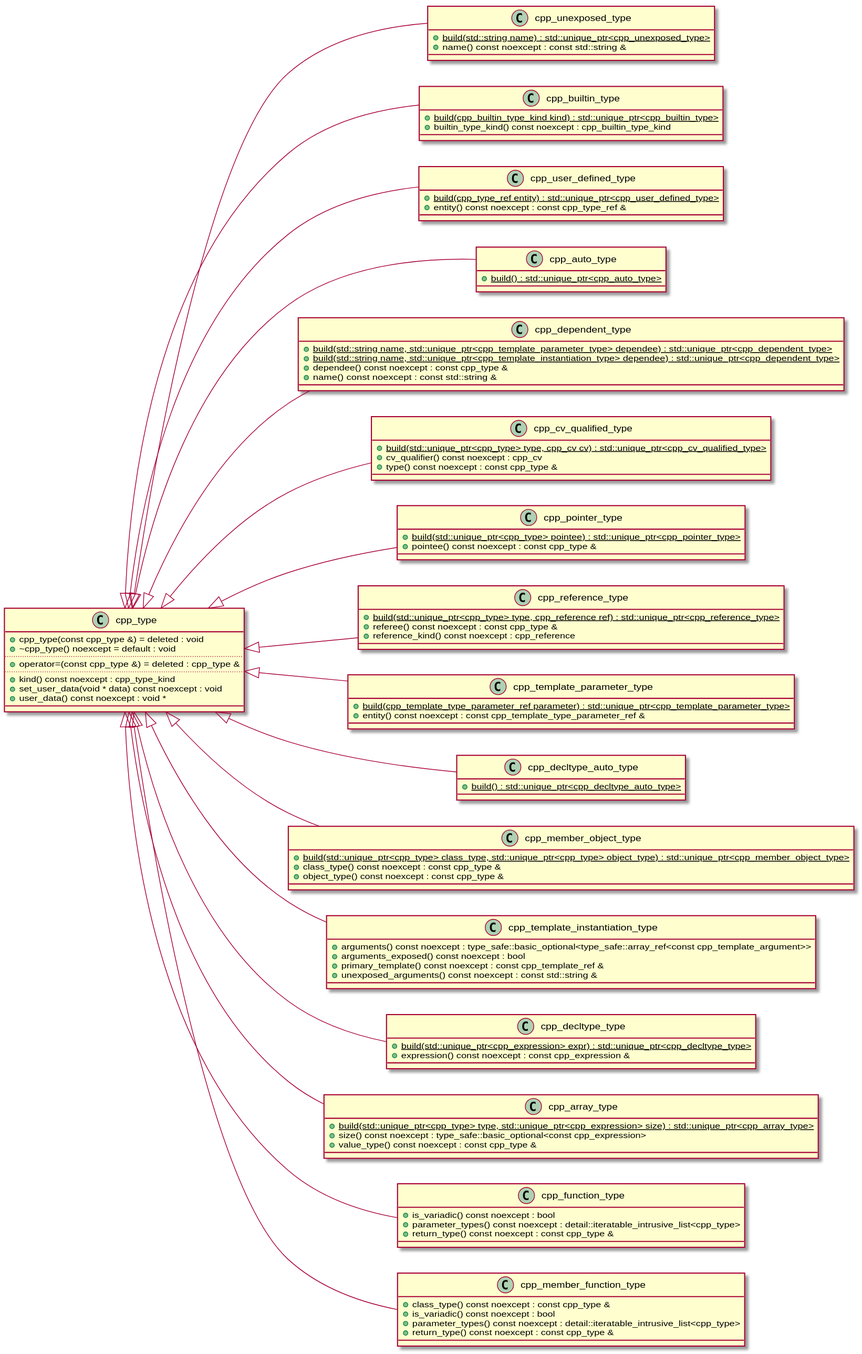
bkryza/clang-uml-examples keeps this PlantUML diagram as cppast/puml/cpp_type_class_hierarchy_full_diagram.svg. Above is the earlier version.
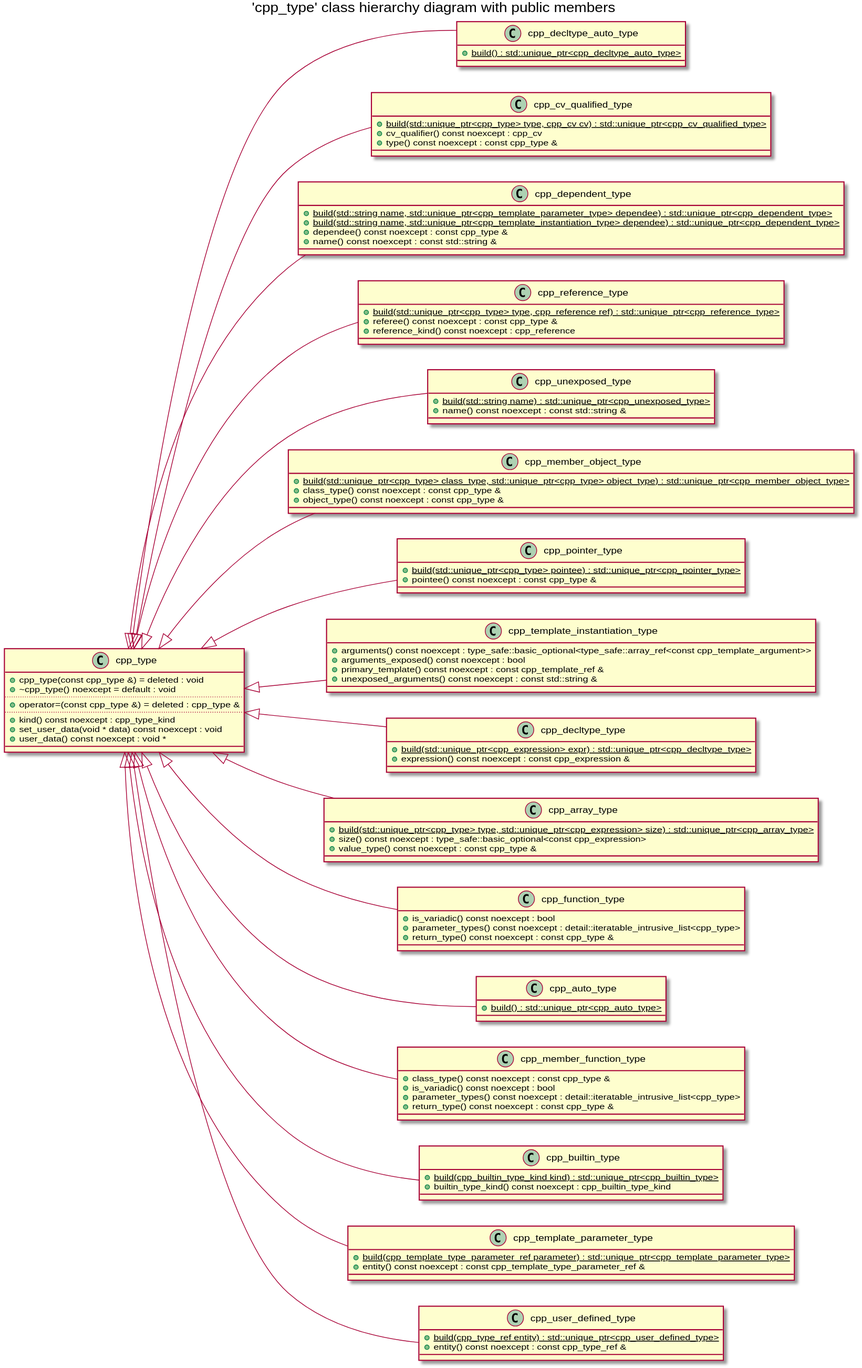
The same diagram one commit later.

Change to the diagram source:
```diff
@@ -1,77 +1,37 @@
 @startuml
+title 'cpp_type' class hierarchy diagram with public members
 left to right direction
-class "cpp_type" as C_0001585653041236922459
-class C_0001585653041236922459 [[https://github.com/foonathan/cppast/blob/f00df6675d87c6983033d270728c57a55cd3db22/include/cppast/cpp_type.hpp#L44{cpp_type}]] {
-+cpp_type(const cpp_type &) = deleted : void [[[https://github.com/foonathan/cppast/blob/f00df6675d87c6983033d270728c57a55cd3db22/include/cppast/cpp_type.hpp#L47{cpp_type}]]]
-+~cpp_type() noexcept = default : void [[[https://github.com/foonathan/cppast/blob/f00df6675d87c6983033d270728c57a55cd3db22/include/cppast/cpp_type.hpp#L50{~cpp_type}]]]
-..
-+operator=(const cpp_type &) = deleted : cpp_type & [[[https://github.com/foonathan/cppast/blob/f00df6675d87c6983033d270728c57a55cd3db22/include/cppast/cpp_type.hpp#L48{operator=}]]]
-..
-+kind() const noexcept : cpp_type_kind [[[https://github.com/foonathan/cppast/blob/f00df6675d87c6983033d270728c57a55cd3db22/include/cppast/cpp_type.hpp#L53{kind}]]]
-+set_user_data(void * data) const noexcept : void [[[https://github.com/foonathan/cppast/blob/f00df6675d87c6983033d270728c57a55cd3db22/include/cppast/cpp_type.hpp#L71{set_user_data}]]]
-+user_data() const noexcept : void * [[[https://github.com/foonathan/cppast/blob/f00df6675d87c6983033d270728c57a55cd3db22/include/cppast/cpp_type.hpp#L59{user_data}]]]
+class "cpp_decltype_auto_type" as C_0000026248340214462662
+class C_0000026248340214462662 [[https://github.com/foonathan/cppast/blob/f00df6675d87c6983033d270728c57a55cd3db22/include/cppast/cppast_fwd.hpp#L27{cpp_decltype_auto_type}]] {
+{static} +build() : std::unique_ptr<cpp_decltype_auto_type> [[[https://github.com/foonathan/cppast/blob/f00df6675d87c6983033d270728c57a55cd3db22/include/cppast/cpp_decltype_type.hpp#L44{build}]]]
 __
 }
-class "cpp_unexposed_type" as C_0000601730303705395408
-class C_0000601730303705395408 [[https://github.com/foonathan/cppast/blob/f00df6675d87c6983033d270728c57a55cd3db22/include/cppast/cpp_type.hpp#L95{cpp_unexposed_type}]] {
-{static} +build(std::string name) : std::unique_ptr<cpp_unexposed_type> [[[https://github.com/foonathan/cppast/blob/f00df6675d87c6983033d270728c57a55cd3db22/include/cppast/cpp_type.hpp#L99{build}]]]
-+name() const noexcept : const std::string & [[[https://github.com/foonathan/cppast/blob/f00df6675d87c6983033d270728c57a55cd3db22/include/cppast/cpp_type.hpp#L105{name}]]]
-__
-}
-class "cpp_builtin_type" as C_0002035785082080260407
-class C_0002035785082080260407 [[https://github.com/foonathan/cppast/blob/f00df6675d87c6983033d270728c57a55cd3db22/include/cppast/cpp_type.hpp#L161{cpp_builtin_type}]] {
-{static} +build(cpp_builtin_type_kind kind) : std::unique_ptr<cpp_builtin_type> [[[https://github.com/foonathan/cppast/blob/f00df6675d87c6983033d270728c57a55cd3db22/include/cppast/cpp_type.hpp#L165{build}]]]
-+builtin_type_kind() const noexcept : cpp_builtin_type_kind [[[https://github.com/foonathan/cppast/blob/f00df6675d87c6983033d270728c57a55cd3db22/include/cppast/cpp_type.hpp#L171{builtin_type_kind}]]]
-__
-}
-class "cpp_user_defined_type" as C_0002166954434825938188
-class C_0002166954434825938188 [[https://github.com/foonathan/cppast/blob/f00df6675d87c6983033d270728c57a55cd3db22/include/cppast/cpp_type.hpp#L202{cpp_user_defined_type}]] {
-{static} +build(cpp_type_ref entity) : std::unique_ptr<cpp_user_defined_type> [[[https://github.com/foonathan/cppast/blob/f00df6675d87c6983033d270728c57a55cd3db22/include/cppast/cpp_type.hpp#L206{build}]]]
-+entity() const noexcept : const cpp_type_ref & [[[https://github.com/foonathan/cppast/blob/f00df6675d87c6983033d270728c57a55cd3db22/include/cppast/cpp_type.hpp#L213{entity}]]]
-__
-}
-class "cpp_auto_type" as C_0001809003368459807767
-class C_0001809003368459807767 [[https://github.com/foonathan/cppast/blob/f00df6675d87c6983033d270728c57a55cd3db22/include/cppast/cpp_type.hpp#L230{cpp_auto_type}]] {
-{static} +build() : std::unique_ptr<cpp_auto_type> [[[https://github.com/foonathan/cppast/blob/f00df6675d87c6983033d270728c57a55cd3db22/include/cppast/cpp_type.hpp#L234{build}]]]
+class "cpp_cv_qualified_type" as C_0000342846994454958214
+class C_0000342846994454958214 [[https://github.com/foonathan/cppast/blob/f00df6675d87c6983033d270728c57a55cd3db22/include/cppast/cppast_fwd.hpp#L26{cpp_cv_qualified_type}]] {
+{static} +build(std::unique_ptr<cpp_type> type, cpp_cv cv) : std::unique_ptr<cpp_cv_qualified_type> [[[https://github.com/foonathan/cppast/blob/f00df6675d87c6983033d270728c57a55cd3db22/include/cppast/cpp_type.hpp#L316{build}]]]
++cv_qualifier() const noexcept : cpp_cv [[[https://github.com/foonathan/cppast/blob/f00df6675d87c6983033d270728c57a55cd3db22/include/cppast/cpp_type.hpp#L330{cv_qualifier}]]]
++type() const noexcept : const cpp_type & [[[https://github.com/foonathan/cppast/blob/f00df6675d87c6983033d270728c57a55cd3db22/include/cppast/cpp_type.hpp#L324{type}]]]
 __
 }
 class "cpp_dependent_type" as C_0000507998479194737071
-class C_0000507998479194737071 [[https://github.com/foonathan/cppast/blob/f00df6675d87c6983033d270728c57a55cd3db22/include/cppast/cpp_type.hpp#L249{cpp_dependent_type}]] {
+class C_0000507998479194737071 [[https://github.com/foonathan/cppast/blob/f00df6675d87c6983033d270728c57a55cd3db22/include/cppast/cppast_fwd.hpp#L29{cpp_dependent_type}]] {
 {static} +build(std::string name, std::unique_ptr<cpp_template_parameter_type> dependee) : std::unique_ptr<cpp_dependent_type> [[[https://github.com/foonathan/cppast/blob/f00df6675d87c6983033d270728c57a55cd3db22/include/cppast/cpp_type.hpp#L253{build}]]]
 {static} +build(std::string name, std::unique_ptr<cpp_template_instantiation_type> dependee) : std::unique_ptr<cpp_dependent_type> [[[https://github.com/foonathan/cppast/blob/f00df6675d87c6983033d270728c57a55cd3db22/include/cppast/cpp_type.hpp#L257{build}]]]
 +dependee() const noexcept : const cpp_type & [[[https://github.com/foonathan/cppast/blob/f00df6675d87c6983033d270728c57a55cd3db22/include/cppast/cpp_type.hpp#L270{dependee}]]]
 +name() const noexcept : const std::string & [[[https://github.com/foonathan/cppast/blob/f00df6675d87c6983033d270728c57a55cd3db22/include/cppast/cpp_type.hpp#L262{name}]]]
 __
 }
-class "cpp_cv_qualified_type" as C_0000342846994454958214
-class C_0000342846994454958214 [[https://github.com/foonathan/cppast/blob/f00df6675d87c6983033d270728c57a55cd3db22/include/cppast/cpp_type.hpp#L311{cpp_cv_qualified_type}]] {
-{static} +build(std::unique_ptr<cpp_type> type, cpp_cv cv) : std::unique_ptr<cpp_cv_qualified_type> [[[https://github.com/foonathan/cppast/blob/f00df6675d87c6983033d270728c57a55cd3db22/include/cppast/cpp_type.hpp#L316{build}]]]
-+cv_qualifier() const noexcept : cpp_cv [[[https://github.com/foonathan/cppast/blob/f00df6675d87c6983033d270728c57a55cd3db22/include/cppast/cpp_type.hpp#L330{cv_qualifier}]]]
-+type() const noexcept : const cpp_type & [[[https://github.com/foonathan/cppast/blob/f00df6675d87c6983033d270728c57a55cd3db22/include/cppast/cpp_type.hpp#L324{type}]]]
-__
-}
-class "cpp_pointer_type" as C_0000861535705589766807
-class C_0000861535705589766807 [[https://github.com/foonathan/cppast/blob/f00df6675d87c6983033d270728c57a55cd3db22/include/cppast/cpp_type.hpp#L359{cpp_pointer_type}]] {
-{static} +build(std::unique_ptr<cpp_type> pointee) : std::unique_ptr<cpp_pointer_type> [[[https://github.com/foonathan/cppast/blob/f00df6675d87c6983033d270728c57a55cd3db22/include/cppast/cpp_type.hpp#L363{build}]]]
-+pointee() const noexcept : const cpp_type & [[[https://github.com/foonathan/cppast/blob/f00df6675d87c6983033d270728c57a55cd3db22/include/cppast/cpp_type.hpp#L369{pointee}]]]
-__
-}
 class "cpp_reference_type" as C_0000600573949475383075
-class C_0000600573949475383075 [[https://github.com/foonathan/cppast/blob/f00df6675d87c6983033d270728c57a55cd3db22/include/cppast/cpp_type.hpp#L394{cpp_reference_type}]] {
+class C_0000600573949475383075 [[https://github.com/foonathan/cppast/blob/f00df6675d87c6983033d270728c57a55cd3db22/include/cppast/cppast_fwd.hpp#L58{cpp_reference_type}]] {
 {static} +build(std::unique_ptr<cpp_type> type, cpp_reference ref) : std::unique_ptr<cpp_reference_type> [[[https://github.com/foonathan/cppast/blob/f00df6675d87c6983033d270728c57a55cd3db22/include/cppast/cpp_type.hpp#L399{build}]]]
 +referee() const noexcept : const cpp_type & [[[https://github.com/foonathan/cppast/blob/f00df6675d87c6983033d270728c57a55cd3db22/include/cppast/cpp_type.hpp#L407{referee}]]]
 +reference_kind() const noexcept : cpp_reference [[[https://github.com/foonathan/cppast/blob/f00df6675d87c6983033d270728c57a55cd3db22/include/cppast/cpp_type.hpp#L413{reference_kind}]]]
 __
 }
-class "cpp_template_parameter_type" as C_0002158322113857881673
-class C_0002158322113857881673 [[https://github.com/foonathan/cppast/blob/f00df6675d87c6983033d270728c57a55cd3db22/include/cppast/cpp_template_parameter.hpp#L106{cpp_template_parameter_type}]] {
-{static} +build(cpp_template_type_parameter_ref parameter) : std::unique_ptr<cpp_template_parameter_type> [[[https://github.com/foonathan/cppast/blob/f00df6675d87c6983033d270728c57a55cd3db22/include/cppast/cpp_template_parameter.hpp#L110{build}]]]
-+entity() const noexcept : const cpp_template_type_parameter_ref & [[[https://github.com/foonathan/cppast/blob/f00df6675d87c6983033d270728c57a55cd3db22/include/cppast/cpp_template_parameter.hpp#L118{entity}]]]
-__
-}
-class "cpp_decltype_auto_type" as C_0000026248340214462662
-class C_0000026248340214462662 [[https://github.com/foonathan/cppast/blob/f00df6675d87c6983033d270728c57a55cd3db22/include/cppast/cppast_fwd.hpp#L27{cpp_decltype_auto_type}]] {
-{static} +build() : std::unique_ptr<cpp_decltype_auto_type> [[[https://github.com/foonathan/cppast/blob/f00df6675d87c6983033d270728c57a55cd3db22/include/cppast/cpp_decltype_type.hpp#L44{build}]]]
+class "cpp_unexposed_type" as C_0000601730303705395408
+class C_0000601730303705395408 [[https://github.com/foonathan/cppast/blob/f00df6675d87c6983033d270728c57a55cd3db22/include/cppast/cppast_fwd.hpp#L74{cpp_unexposed_type}]] {
+{static} +build(std::string name) : std::unique_ptr<cpp_unexposed_type> [[[https://github.com/foonathan/cppast/blob/f00df6675d87c6983033d270728c57a55cd3db22/include/cppast/cpp_type.hpp#L99{build}]]]
++name() const noexcept : const std::string & [[[https://github.com/foonathan/cppast/blob/f00df6675d87c6983033d270728c57a55cd3db22/include/cppast/cpp_type.hpp#L105{name}]]]
 __
 }
 class "cpp_member_object_type" as C_0000603633382993980808
@@ -79,6 +39,12 @@
 {static} +build(std::unique_ptr<cpp_type> class_type, std::unique_ptr<cpp_type> object_type) : std::unique_ptr<cpp_member_object_type> [[[https://github.com/foonathan/cppast/blob/f00df6675d87c6983033d270728c57a55cd3db22/include/cppast/cpp_function_type.hpp#L168{build}]]]
 +class_type() const noexcept : const cpp_type & [[[https://github.com/foonathan/cppast/blob/f00df6675d87c6983033d270728c57a55cd3db22/include/cppast/cpp_function_type.hpp#L176{class_type}]]]
 +object_type() const noexcept : const cpp_type & [[[https://github.com/foonathan/cppast/blob/f00df6675d87c6983033d270728c57a55cd3db22/include/cppast/cpp_function_type.hpp#L182{object_type}]]]
+__
+}
+class "cpp_pointer_type" as C_0000861535705589766807
+class C_0000861535705589766807 [[https://github.com/foonathan/cppast/blob/f00df6675d87c6983033d270728c57a55cd3db22/include/cppast/cppast_fwd.hpp#L57{cpp_pointer_type}]] {
+{static} +build(std::unique_ptr<cpp_type> pointee) : std::unique_ptr<cpp_pointer_type> [[[https://github.com/foonathan/cppast/blob/f00df6675d87c6983033d270728c57a55cd3db22/include/cppast/cpp_type.hpp#L363{build}]]]
++pointee() const noexcept : const cpp_type & [[[https://github.com/foonathan/cppast/blob/f00df6675d87c6983033d270728c57a55cd3db22/include/cppast/cpp_type.hpp#L369{pointee}]]]
 __
 }
 class "cpp_template_instantiation_type" as C_0001009421424714355715
@@ -109,6 +75,23 @@
 +return_type() const noexcept : const cpp_type & [[[https://github.com/foonathan/cppast/blob/f00df6675d87c6983033d270728c57a55cd3db22/include/cppast/cpp_function_type.hpp#L49{return_type}]]]
 __
 }
+class "cpp_type" as C_0001585653041236922459
+class C_0001585653041236922459 [[https://github.com/foonathan/cppast/blob/f00df6675d87c6983033d270728c57a55cd3db22/include/cppast/cppast_fwd.hpp#L70{cpp_type}]] {
++cpp_type(const cpp_type &) = deleted : void [[[https://github.com/foonathan/cppast/blob/f00df6675d87c6983033d270728c57a55cd3db22/include/cppast/cpp_type.hpp#L47{cpp_type}]]]
++~cpp_type() noexcept = default : void [[[https://github.com/foonathan/cppast/blob/f00df6675d87c6983033d270728c57a55cd3db22/include/cppast/cpp_type.hpp#L50{~cpp_type}]]]
+..
++operator=(const cpp_type &) = deleted : cpp_type & [[[https://github.com/foonathan/cppast/blob/f00df6675d87c6983033d270728c57a55cd3db22/include/cppast/cpp_type.hpp#L48{operator=}]]]
+..
++kind() const noexcept : cpp_type_kind [[[https://github.com/foonathan/cppast/blob/f00df6675d87c6983033d270728c57a55cd3db22/include/cppast/cpp_type.hpp#L53{kind}]]]
++set_user_data(void * data) const noexcept : void [[[https://github.com/foonathan/cppast/blob/f00df6675d87c6983033d270728c57a55cd3db22/include/cppast/cpp_type.hpp#L71{set_user_data}]]]
++user_data() const noexcept : void * [[[https://github.com/foonathan/cppast/blob/f00df6675d87c6983033d270728c57a55cd3db22/include/cppast/cpp_type.hpp#L59{user_data}]]]
+__
+}
+class "cpp_auto_type" as C_0001809003368459807767
+class C_0001809003368459807767 [[https://github.com/foonathan/cppast/blob/f00df6675d87c6983033d270728c57a55cd3db22/include/cppast/cppast_fwd.hpp#L16{cpp_auto_type}]] {
+{static} +build() : std::unique_ptr<cpp_auto_type> [[[https://github.com/foonathan/cppast/blob/f00df6675d87c6983033d270728c57a55cd3db22/include/cppast/cpp_type.hpp#L234{build}]]]
+__
+}
 class "cpp_member_function_type" as C_0001956941679276907326
 class C_0001956941679276907326 [[https://github.com/foonathan/cppast/blob/f00df6675d87c6983033d270728c57a55cd3db22/include/cppast/cppast_fwd.hpp#L52{cpp_member_function_type}]] {
 +class_type() const noexcept : const cpp_type & [[[https://github.com/foonathan/cppast/blob/f00df6675d87c6983033d270728c57a55cd3db22/include/cppast/cpp_function_type.hpp#L122{class_type}]]]
@@ -117,21 +100,39 @@
 +return_type() const noexcept : const cpp_type & [[[https://github.com/foonathan/cppast/blob/f00df6675d87c6983033d270728c57a55cd3db22/include/cppast/cpp_function_type.hpp#L128{return_type}]]]
 __
 }
+class "cpp_builtin_type" as C_0002035785082080260407
+class C_0002035785082080260407 [[https://github.com/foonathan/cppast/blob/f00df6675d87c6983033d270728c57a55cd3db22/include/cppast/cppast_fwd.hpp#L19{cpp_builtin_type}]] {
+{static} +build(cpp_builtin_type_kind kind) : std::unique_ptr<cpp_builtin_type> [[[https://github.com/foonathan/cppast/blob/f00df6675d87c6983033d270728c57a55cd3db22/include/cppast/cpp_type.hpp#L165{build}]]]
++builtin_type_kind() const noexcept : cpp_builtin_type_kind [[[https://github.com/foonathan/cppast/blob/f00df6675d87c6983033d270728c57a55cd3db22/include/cppast/cpp_type.hpp#L171{builtin_type_kind}]]]
+__
+}
+class "cpp_template_parameter_type" as C_0002158322113857881673
+class C_0002158322113857881673 [[https://github.com/foonathan/cppast/blob/f00df6675d87c6983033d270728c57a55cd3db22/include/cppast/cppast_fwd.hpp#L65{cpp_template_parameter_type}]] {
+{static} +build(cpp_template_type_parameter_ref parameter) : std::unique_ptr<cpp_template_parameter_type> [[[https://github.com/foonathan/cppast/blob/f00df6675d87c6983033d270728c57a55cd3db22/include/cppast/cpp_template_parameter.hpp#L110{build}]]]
++entity() const noexcept : const cpp_template_type_parameter_ref & [[[https://github.com/foonathan/cppast/blob/f00df6675d87c6983033d270728c57a55cd3db22/include/cppast/cpp_template_parameter.hpp#L118{entity}]]]
+__
+}
+class "cpp_user_defined_type" as C_0002166954434825938188
+class C_0002166954434825938188 [[https://github.com/foonathan/cppast/blob/f00df6675d87c6983033d270728c57a55cd3db22/include/cppast/cppast_fwd.hpp#L75{cpp_user_defined_type}]] {
+{static} +build(cpp_type_ref entity) : std::unique_ptr<cpp_user_defined_type> [[[https://github.com/foonathan/cppast/blob/f00df6675d87c6983033d270728c57a55cd3db22/include/cppast/cpp_type.hpp#L206{build}]]]
++entity() const noexcept : const cpp_type_ref & [[[https://github.com/foonathan/cppast/blob/f00df6675d87c6983033d270728c57a55cd3db22/include/cppast/cpp_type.hpp#L213{entity}]]]
+__
+}
+C_0001585653041236922459 <|-- C_0000026248340214462662
+C_0001585653041236922459 <|-- C_0000342846994454958214
+C_0001585653041236922459 <|-- C_0000507998479194737071
+C_0001585653041236922459 <|-- C_0000600573949475383075
 C_0001585653041236922459 <|-- C_0000601730303705395408
-C_0001585653041236922459 <|-- C_0002035785082080260407
-C_0001585653041236922459 <|-- C_0002166954434825938188
-C_0001585653041236922459 <|-- C_0001809003368459807767
-C_0001585653041236922459 <|-- C_0000507998479194737071
-C_0001585653041236922459 <|-- C_0000342846994454958214
+C_0001585653041236922459 <|-- C_0000603633382993980808
 C_0001585653041236922459 <|-- C_0000861535705589766807
-C_0001585653041236922459 <|-- C_0000600573949475383075
-C_0001585653041236922459 <|-- C_0002158322113857881673
-C_0001585653041236922459 <|-- C_0000026248340214462662
-C_0001585653041236922459 <|-- C_0000603633382993980808
 C_0001585653041236922459 <|-- C_0001009421424714355715
 C_0001585653041236922459 <|-- C_0001184982835175222056
 C_0001585653041236922459 <|-- C_0001347498727659770075
 C_0001585653041236922459 <|-- C_0001455852309215570565
+C_0001585653041236922459 <|-- C_0001809003368459807767
 C_0001585653041236922459 <|-- C_0001956941679276907326
+C_0001585653041236922459 <|-- C_0002035785082080260407
+C_0001585653041236922459 <|-- C_0002158322113857881673
+C_0001585653041236922459 <|-- C_0002166954434825938188
 
 @enduml
```
